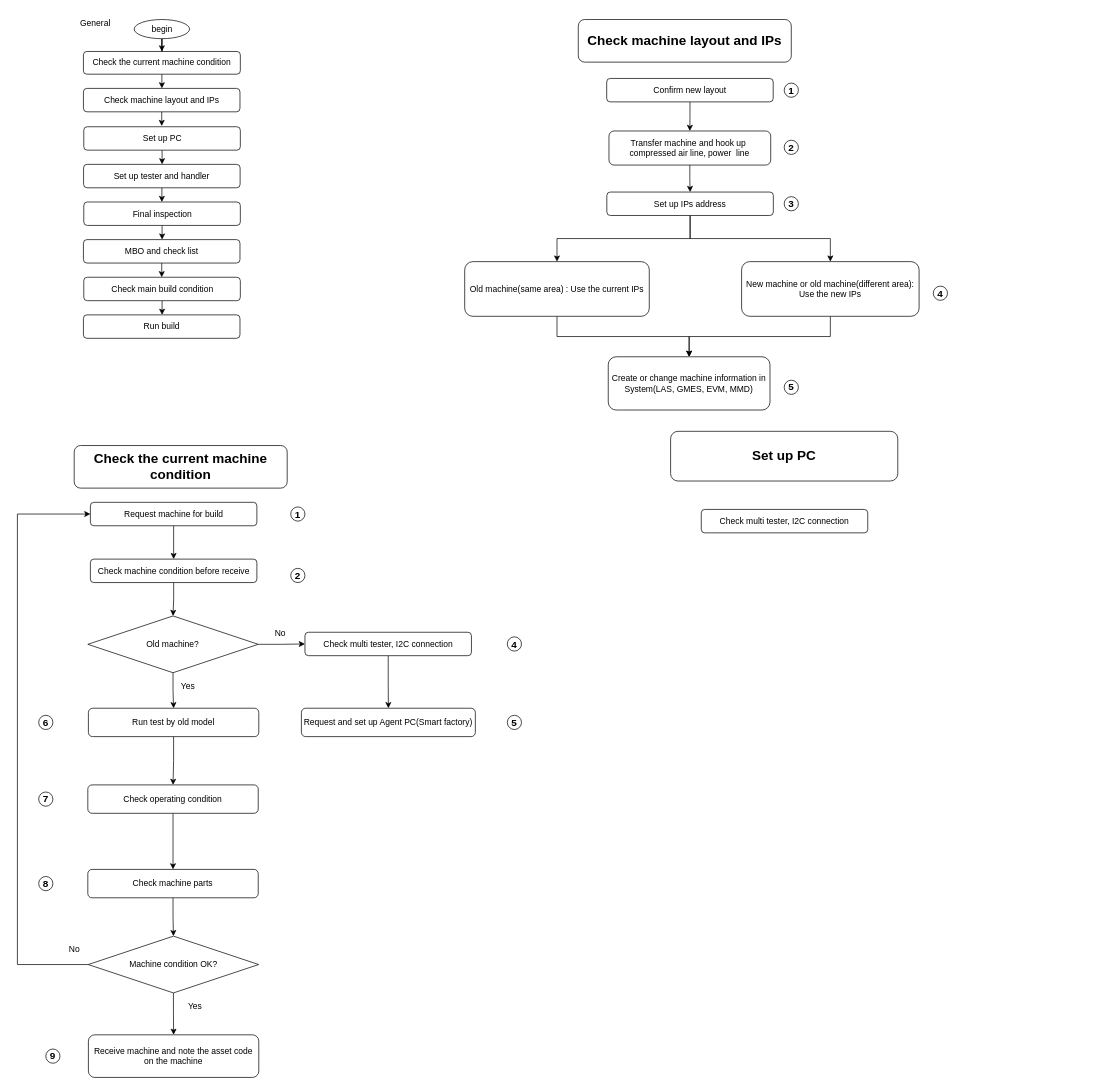
This is Untitled Diagram.drawio from Wagdom/demo-git, a draw.io file, before an edit. Source tidied: cells renumbered, new cells numbered last; positions are measured from the earlier drawing's top-left corner, leaving out a move shared by most shapes. Both pictures are drawn from the tidied source at 71%, with x=0, y=0 at pixel (17, 12).
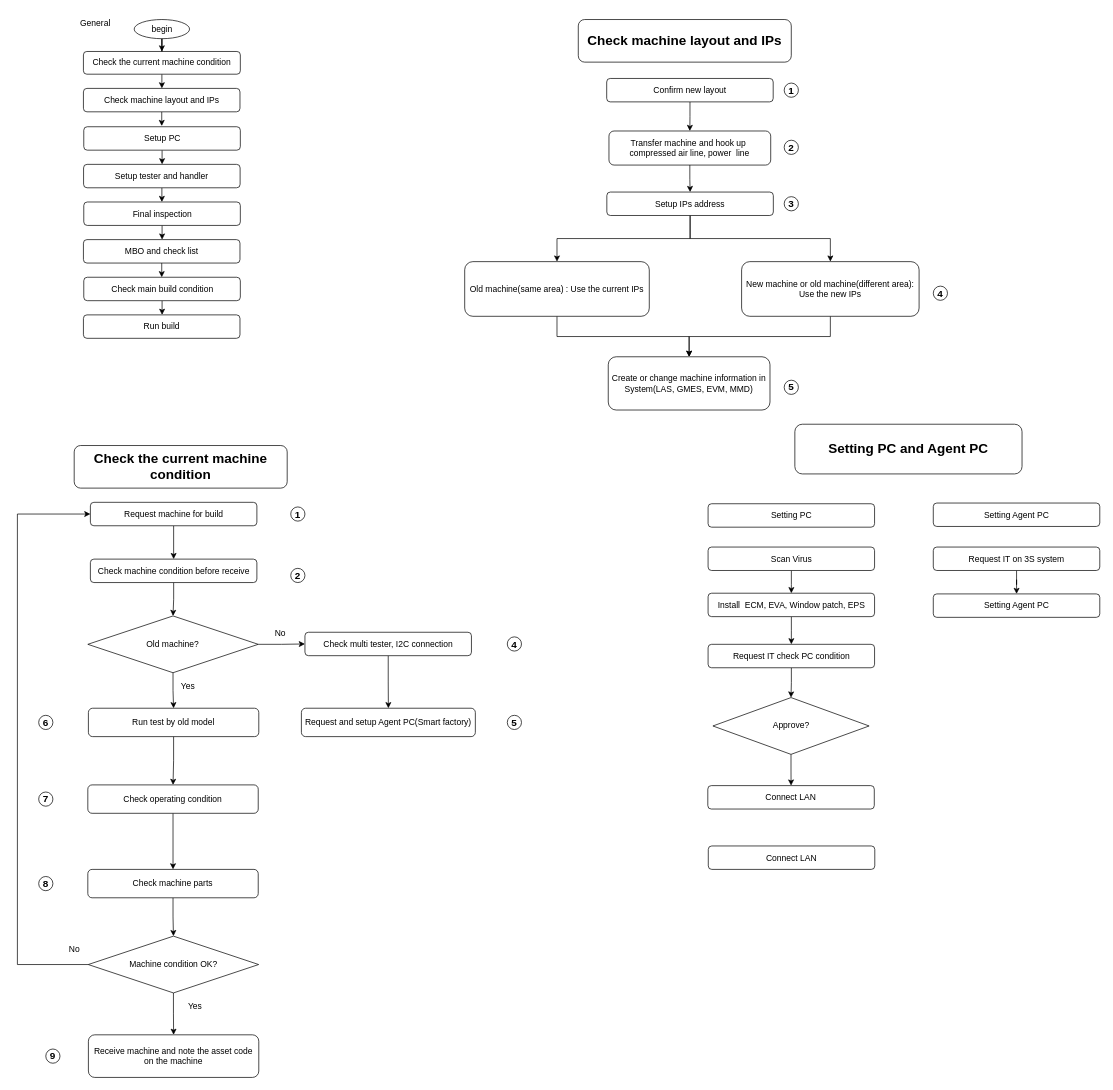
Above is the later version.

Diff of the diagram source:
```diff
@@
-    <mxCell id="9" value="Set up PC" style="rounded=1;whiteSpace=wrap;html=1;" parent="1" vertex="1">
+    <mxCell id="9" value="Setup PC" style="rounded=1;whiteSpace=wrap;html=1;" parent="1" vertex="1">
       <mxGeometry x="93.5" y="161" width="220.5" height="33" as="geometry" />
     </mxCell>
@@
-    <mxCell id="11" value="Set up tester and handler" style="rounded=1;whiteSpace=wrap;html=1;" parent="1" vertex="1">
+    <mxCell id="11" value="Setup tester and handler" style="rounded=1;whiteSpace=wrap;html=1;" parent="1" vertex="1">
       <mxGeometry x="93.2" y="214" width="220.5" height="33" as="geometry" />
     </mxCell>
@@
-    <mxCell id="25" value="Set up IPs address" style="rounded=1;whiteSpace=wrap;html=1;" parent="1" vertex="1">
+    <mxCell id="25" value="Setup IPs address" style="rounded=1;whiteSpace=wrap;html=1;" parent="1" vertex="1">
       <mxGeometry x="830.2" y="253" width="234.5" height="33" as="geometry" />
     </mxCell>
@@
-    <mxCell id="48" value="Request and set up Agent PC(Smart factory)" style="rounded=1;whiteSpace=wrap;html=1;" parent="1" vertex="1">
+    <mxCell id="48" value="Request and setup Agent PC(Smart factory)" style="rounded=1;whiteSpace=wrap;html=1;" parent="1" vertex="1">
       <mxGeometry x="400" y="980" width="245" height="40" as="geometry" />
     </mxCell>
@@
-    <mxCell id="71" value="&lt;span style=&quot;font-size: 19px;&quot;&gt;&lt;b&gt;Set up PC&lt;/b&gt;&lt;/span&gt;" style="rounded=1;whiteSpace=wrap;html=1;" parent="1" vertex="1">
-      <mxGeometry x="920" y="590" width="320" height="70" as="geometry" />
+    <mxCell id="71" value="&lt;span style=&quot;font-size: 19px;&quot;&gt;&lt;b&gt;Setting PC and Agent PC&lt;/b&gt;&lt;/span&gt;" style="rounded=1;whiteSpace=wrap;html=1;" parent="1" vertex="1">
+      <mxGeometry x="1095" y="580" width="320" height="70" as="geometry" />
     </mxCell>
+    <mxCell id="73" style="edgeStyle=orthogonalEdgeStyle;rounded=0;jettySize=auto;html=1;entryX=0.5;entryY=0;entryDx=0;entryDy=0;" parent="1" edge="1" source="72" target="75">
+      <mxGeometry relative="1" as="geometry" />
+    </mxCell>
-    <mxCell id="72" value="Check multi tester, I2C connection" style="rounded=1;whiteSpace=wrap;html=1;" parent="1" vertex="1">
-      <mxGeometry x="963.2" y="700" width="234.5" height="33" as="geometry" />
+    <mxCell id="72" value="Scan Virus" style="rounded=1;whiteSpace=wrap;html=1;" parent="1" vertex="1">
+      <mxGeometry x="972.8" y="753" width="234.5" height="33" as="geometry" />
     </mxCell>
+    <mxCell id="74" style="edgeStyle=orthogonalEdgeStyle;rounded=0;jettySize=auto;html=1;entryX=0.5;entryY=0;entryDx=0;entryDy=0;" parent="1" edge="1" source="75" target="77">
+      <mxGeometry relative="1" as="geometry" />
+    </mxCell>
+    <mxCell id="75" value="Install&amp;nbsp; ECM, EVA, Window patch, EPS" style="rounded=1;whiteSpace=wrap;html=1;" parent="1" vertex="1">
+      <mxGeometry x="972.8" y="818" width="234.5" height="33" as="geometry" />
+    </mxCell>
+    <mxCell id="76" style="edgeStyle=orthogonalEdgeStyle;rounded=0;jettySize=auto;html=1;" parent="1" edge="1" source="77" target="79">
+      <mxGeometry relative="1" as="geometry" />
+    </mxCell>
+    <mxCell id="77" value="Request IT check PC condition" style="rounded=1;whiteSpace=wrap;html=1;" parent="1" vertex="1">
+      <mxGeometry x="972.8" y="890" width="234.5" height="33" as="geometry" />
+    </mxCell>
+    <mxCell id="78" style="edgeStyle=orthogonalEdgeStyle;rounded=0;jettySize=auto;html=1;" parent="1" edge="1" source="79" target="80">
+      <mxGeometry relative="1" as="geometry" />
+    </mxCell>
+    <mxCell id="79" value="Approve?" style="rhombus;whiteSpace=wrap;html=1;" parent="1" vertex="1">
+      <mxGeometry x="979.6" y="965" width="220" height="80" as="geometry" />
+    </mxCell>
+    <mxCell id="80" value="Connect LAN" style="rounded=1;whiteSpace=wrap;html=1;" parent="1" vertex="1">
+      <mxGeometry x="972.4" y="1089" width="234.5" height="33" as="geometry" />
+    </mxCell>
+    <mxCell id="81" value="Connect LAN" style="rounded=1;whiteSpace=wrap;html=1;" parent="1" vertex="1">
+      <mxGeometry x="973.1" y="1174" width="234.5" height="33" as="geometry" />
+    </mxCell>
+    <mxCell id="82" style="edgeStyle=orthogonalEdgeStyle;rounded=0;jettySize=auto;html=1;" parent="1" edge="1" source="83" target="86">
+      <mxGeometry relative="1" as="geometry" />
+    </mxCell>
+    <mxCell id="83" value="Request IT on 3S system" style="rounded=1;whiteSpace=wrap;html=1;" parent="1" vertex="1">
+      <mxGeometry x="1290" y="753" width="234.5" height="33" as="geometry" />
+    </mxCell>
+    <mxCell id="84" value="Setting PC" style="rounded=1;whiteSpace=wrap;html=1;" parent="1" vertex="1">
+      <mxGeometry x="972.8" y="692" width="234.5" height="33" as="geometry" />
+    </mxCell>
+    <mxCell id="85" value="Setting Agent PC" style="rounded=1;whiteSpace=wrap;html=1;" parent="1" vertex="1">
+      <mxGeometry x="1290" y="691" width="234.5" height="33" as="geometry" />
+    </mxCell>
+    <mxCell id="86" value="Setting Agent PC" style="rounded=1;whiteSpace=wrap;html=1;" parent="1" vertex="1">
+      <mxGeometry x="1290" y="819" width="234.5" height="33" as="geometry" />
+    </mxCell>
```
